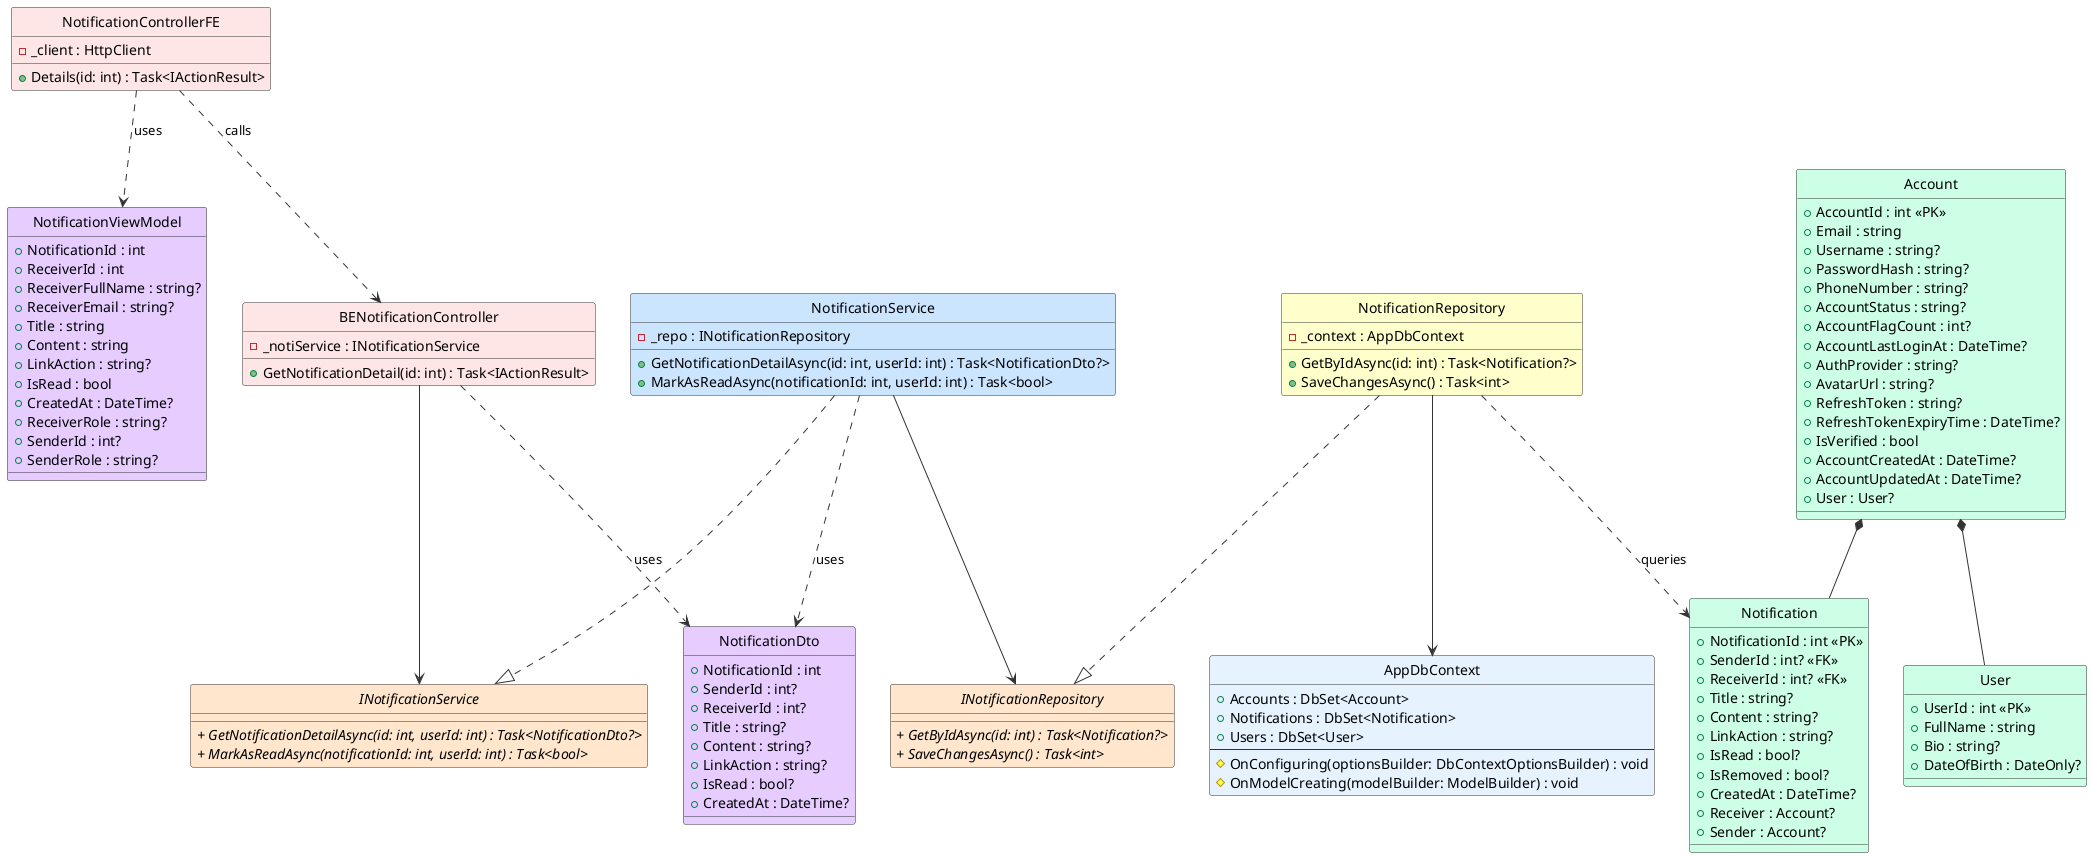
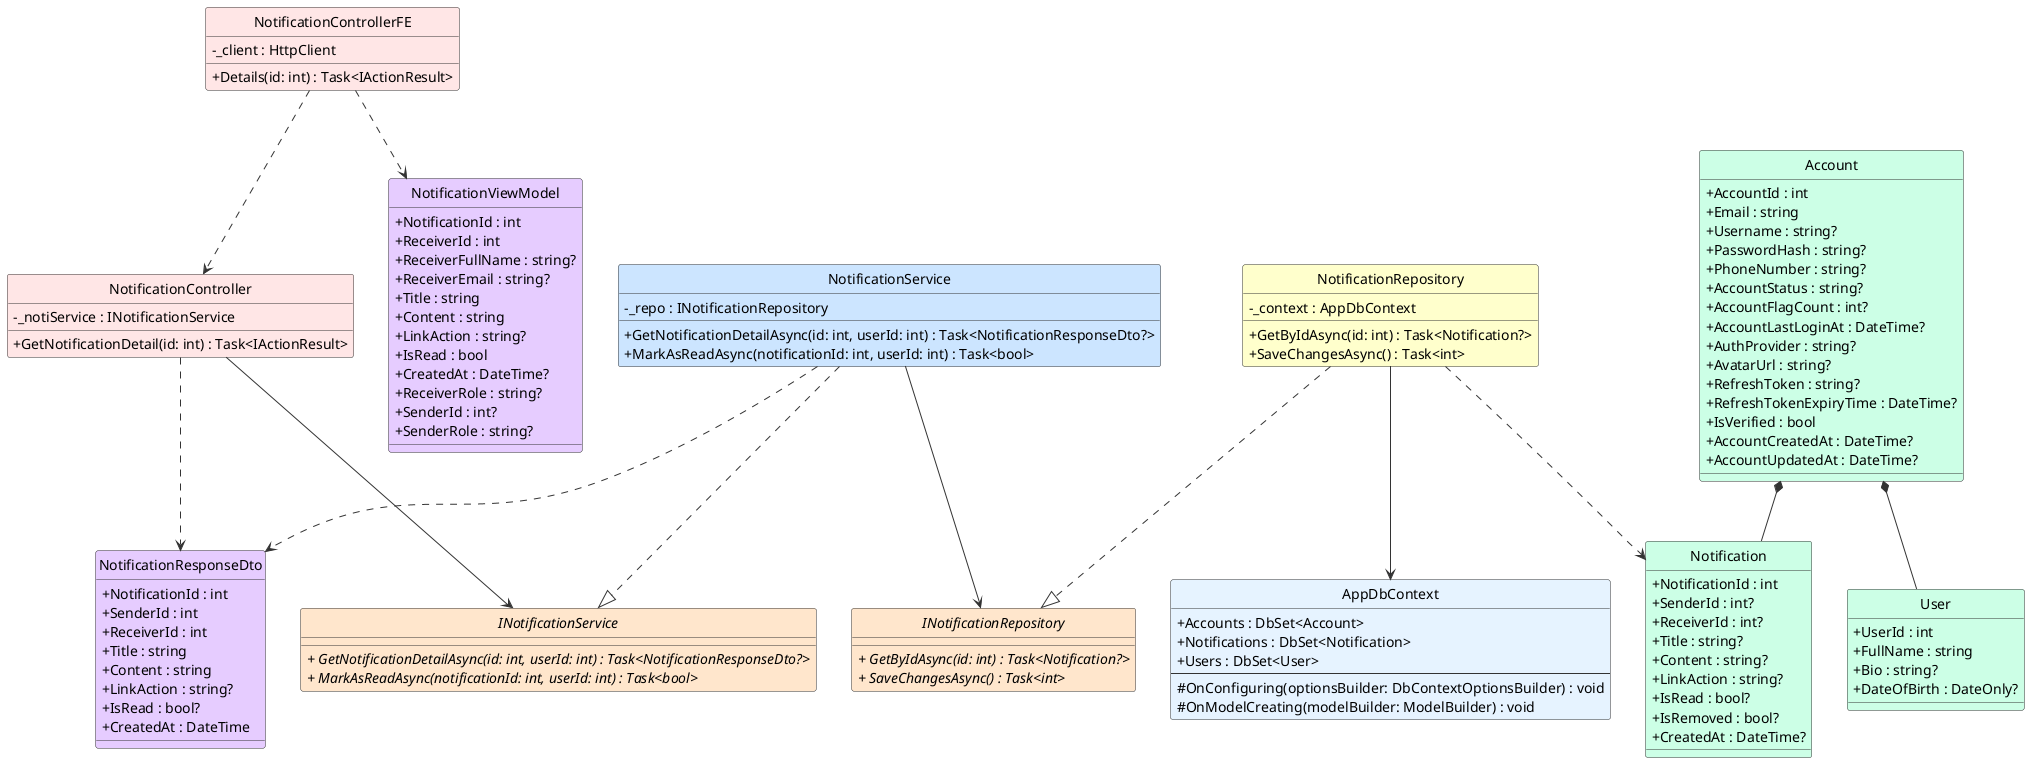
@startuml ViewNotificationDetail_ClassDiagram

' Styling & Settings
skinparam style strictuml
skinparam shadowing false
+ skinparam classAttributeIconSize 0
skinparam class {
    BackgroundColor White
    BorderColor #1A73E8
    ArrowColor #5F6368
}

!define ABSTRACT_COLOR #FFE6CC
!define SERVICE_COLOR #CCE5FF
!define DTO_COLOR #E6CCFF
!define ENTITY_COLOR #CCFFE6
!define REPOSITORY_COLOR #FFFFCC
!define CONTROLLER_COLOR #FFE6E6

skinparam backgroundColor #FFFFFF
skinparam classBackgroundColor #F9F9F9
skinparam classBorderColor #333333
skinparam arrowColor #333333

' ==================== FRONTEND ====================

class NotificationControllerFE #FFE6E6 {
    - _client : HttpClient
    + Details(id: int) : Task<IActionResult>
}

class NotificationViewModel #E6CCFF {
    + NotificationId : int
    + ReceiverId : int
    + ReceiverFullName : string?
    + ReceiverEmail : string?
    + Title : string
    + Content : string
    + LinkAction : string?
    + IsRead : bool
    + CreatedAt : DateTime?
    + ReceiverRole : string?
    + SenderId : int?
    + SenderRole : string?
}

' ==================== BACKEND - CONTROLLER ====================

- class BENotificationController #FFE6E6 {
+ class NotificationController #FFE6E6 {
    - _notiService : INotificationService
    + GetNotificationDetail(id: int) : Task<IActionResult>
}

' ==================== BACKEND - DTOs ====================

- class NotificationDto #E6CCFF {
+ class NotificationResponseDto #E6CCFF {
+     + NotificationId : int
+     + SenderId : int
+     + ReceiverId : int
+     + Title : string
+     + Content : string
+     + LinkAction : string?
+     + IsRead : bool?
+     + CreatedAt : DateTime
+ }
+ 
+ ' ==================== BACKEND - DOMAIN ENTITIES ====================
+ 
+ class Notification #CCFFE6 {
    + NotificationId : int
    + SenderId : int?
    + ReceiverId : int?
    + Title : string?
    + Content : string?
    + LinkAction : string?
    + IsRead : bool?
+     + IsRemoved : bool?
    + CreatedAt : DateTime?
}

- ' ==================== BACKEND - DOMAIN ENTITIES ====================
- 
- class Notification #CCFFE6 {
-     + NotificationId : int <<PK>>
-     + SenderId : int? <<FK>>
-     + ReceiverId : int? <<FK>>
-     + Title : string?
-     + Content : string?
-     + LinkAction : string?
-     + IsRead : bool?
-     + IsRemoved : bool?
-     + CreatedAt : DateTime?
-     + Receiver : Account?
-     + Sender : Account?
- }
- 
class Account #CCFFE6 {
-     + AccountId : int <<PK>>
+     + AccountId : int
    + Email : string
    + Username : string?
    + PasswordHash : string?
    + PhoneNumber : string?
    + AccountStatus : string?
    + AccountFlagCount : int?
    + AccountLastLoginAt : DateTime?
    + AuthProvider : string?
    + AvatarUrl : string?
    + RefreshToken : string?
    + RefreshTokenExpiryTime : DateTime?
    + IsVerified : bool
    + AccountCreatedAt : DateTime?
    + AccountUpdatedAt : DateTime?
-     + User : User?
}

class User #CCFFE6 {
-     + UserId : int <<PK>>
+     + UserId : int
    + FullName : string
    + Bio : string?
    + DateOfBirth : DateOnly?
}

' ==================== BACKEND - SERVICE INTERFACES ====================

interface INotificationService #FFE6CC {
-     //+ GetNotificationDetailAsync(id: int, userId: int) : Task<NotificationDto?>//
+     //+ GetNotificationDetailAsync(id: int, userId: int) : Task<NotificationResponseDto?>//
    //+ MarkAsReadAsync(notificationId: int, userId: int) : Task<bool>//
}

' ==================== BACKEND - REPOSITORY INTERFACES ====================

interface INotificationRepository #FFE6CC {
    //+ GetByIdAsync(id: int) : Task<Notification?>//
    //+ SaveChangesAsync() : Task<int>//
}

' ==================== BACKEND - SERVICE IMPLEMENTATION ====================

class NotificationService #CCE5FF {
    - _repo : INotificationRepository
-     + GetNotificationDetailAsync(id: int, userId: int) : Task<NotificationDto?>
+     + GetNotificationDetailAsync(id: int, userId: int) : Task<NotificationResponseDto?>
    + MarkAsReadAsync(notificationId: int, userId: int) : Task<bool>
}

' ==================== BACKEND - REPOSITORY IMPLEMENTATION ====================

class NotificationRepository #FFFFCC {
    - _context : AppDbContext
    + GetByIdAsync(id: int) : Task<Notification?>
    + SaveChangesAsync() : Task<int>
}

' ==================== BACKEND - DbContext ====================

class AppDbContext #E6F3FF {
    + Accounts : DbSet<Account>
    + Notifications : DbSet<Notification>
    + Users : DbSet<User>
    ---
    # OnConfiguring(optionsBuilder: DbContextOptionsBuilder) : void
    # OnModelCreating(modelBuilder: ModelBuilder) : void
}

' ==================== RELATIONSHIPS ====================

' === COMPOSITION (filled diamond) ===
Account *-- User
Account *-- Notification

' === UNIDIRECTIONAL ASSOCIATION (solid arrow) ===
- NotificationControllerFE ..> BENotificationController : calls
- BENotificationController --> INotificationService
+ NotificationController --> INotificationService
NotificationService --> INotificationRepository
NotificationRepository --> AppDbContext

' === INTERFACE REALIZATION ===
NotificationService ..|> INotificationService
NotificationRepository ..|> INotificationRepository

' === DEPENDENCY (dashed arrows) ===
- NotificationControllerFE ..> NotificationViewModel : uses
- BENotificationController ..> NotificationDto : uses
- NotificationService ..> NotificationDto : uses
- NotificationRepository ..> Notification : queries
+ NotificationControllerFE ..> NotificationController
+ NotificationControllerFE ..> NotificationViewModel
+ NotificationController ..> NotificationResponseDto
+ NotificationService ..> NotificationResponseDto
+ NotificationRepository ..> Notification

@enduml
